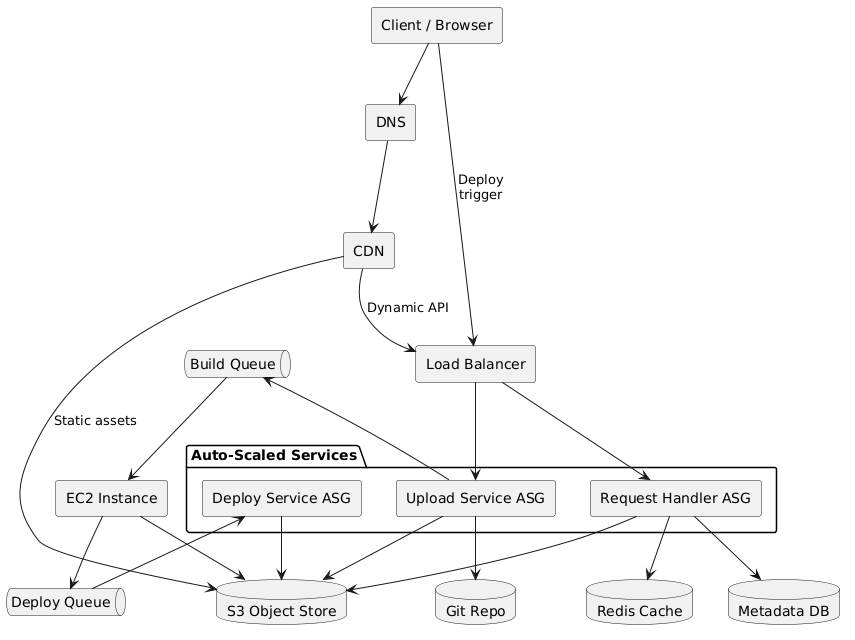
The PlantUML diagram silver_architecture.png in nemaniabhiram/silver, before a commit.
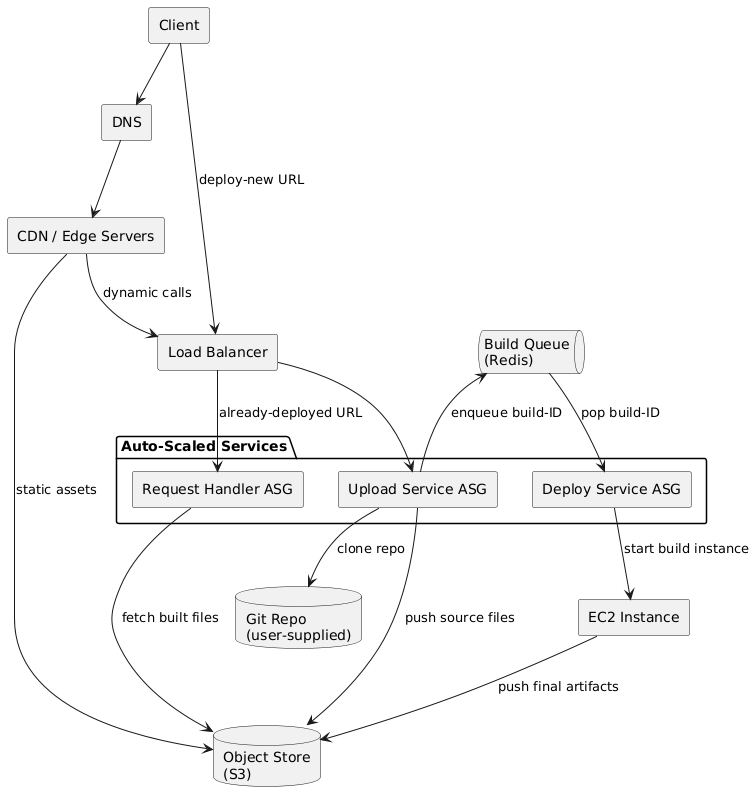
Above is the later version.

Change to the diagram source:
```diff
@@ -1,11 +1,11 @@
 @startuml
-!define AWSPUML https://raw.githubusercontent.com/awslabs/aws-icons-for-plantuml/v15.0/LATEST/AWSCommon.puml
+skinparam layoutEngine elk
 skinparam componentStyle rectangle
 
-component "Client / Browser" as Client
-component "DNS" as DNS
-component "CDN" as CDN
-component "Load Balancer" as ALB
+component "Client" as Client
+component "DNS"             as DNS
+component "CDN / Edge Servers"      as CDN
+component "Load Balancer"   as ALB
 
 package "Auto‑Scaled Services" {
   component "Request Handler ASG" as Request
@@ -13,34 +13,28 @@
   component "Deploy Service ASG"  as Deploy
 }
 
-queue "Build Queue" as BuildQ
-component "EC2 Instance" as EC2
-queue "Deploy Queue" as DeployQ
+queue  "Build Queue\n(Redis)"  as BuildQ
+component "EC2 Instance"   as Build
 
-database "Redis Cache"   as Redis
-database "Metadata DB"   as MetaDB
-database "S3 Object Store" as S3
-database "Git Repo" as Git
+database "Object Store\n(S3)"      as S3
+database "Git Repo\n(user‑supplied)" as Git
 
 Client --> DNS
 DNS --> CDN
-CDN --> S3 : Static assets
-CDN --> ALB : Dynamic API
+CDN --> S3  : static assets
+CDN --> ALB : dynamic calls
 
-ALB --> Request
-Client --> ALB : Deploy\ntrigger
+ALB --> Request        : already‑deployed URL
+Client --> ALB         : deploy‑new URL
 ALB --> Upload
 
-Request --> Redis
-Request --> MetaDB
-Request --> S3
+Request --> S3         : fetch built files
 
-Upload --> Git
-Upload --> S3
-Upload --> BuildQ
-BuildQ --> EC2
-EC2 --> S3
-EC2 --> DeployQ
-DeployQ --> Deploy
-Deploy --> S3
+Upload --> Git         : clone repo
+Upload --> S3          : push source files
+Upload --> BuildQ      : enqueue build‑ID
+
+BuildQ --> Deploy      : pop build‑ID
+Deploy  --> Build      : start build instance
+Build   --> S3         : push final artifacts
 @enduml
```
